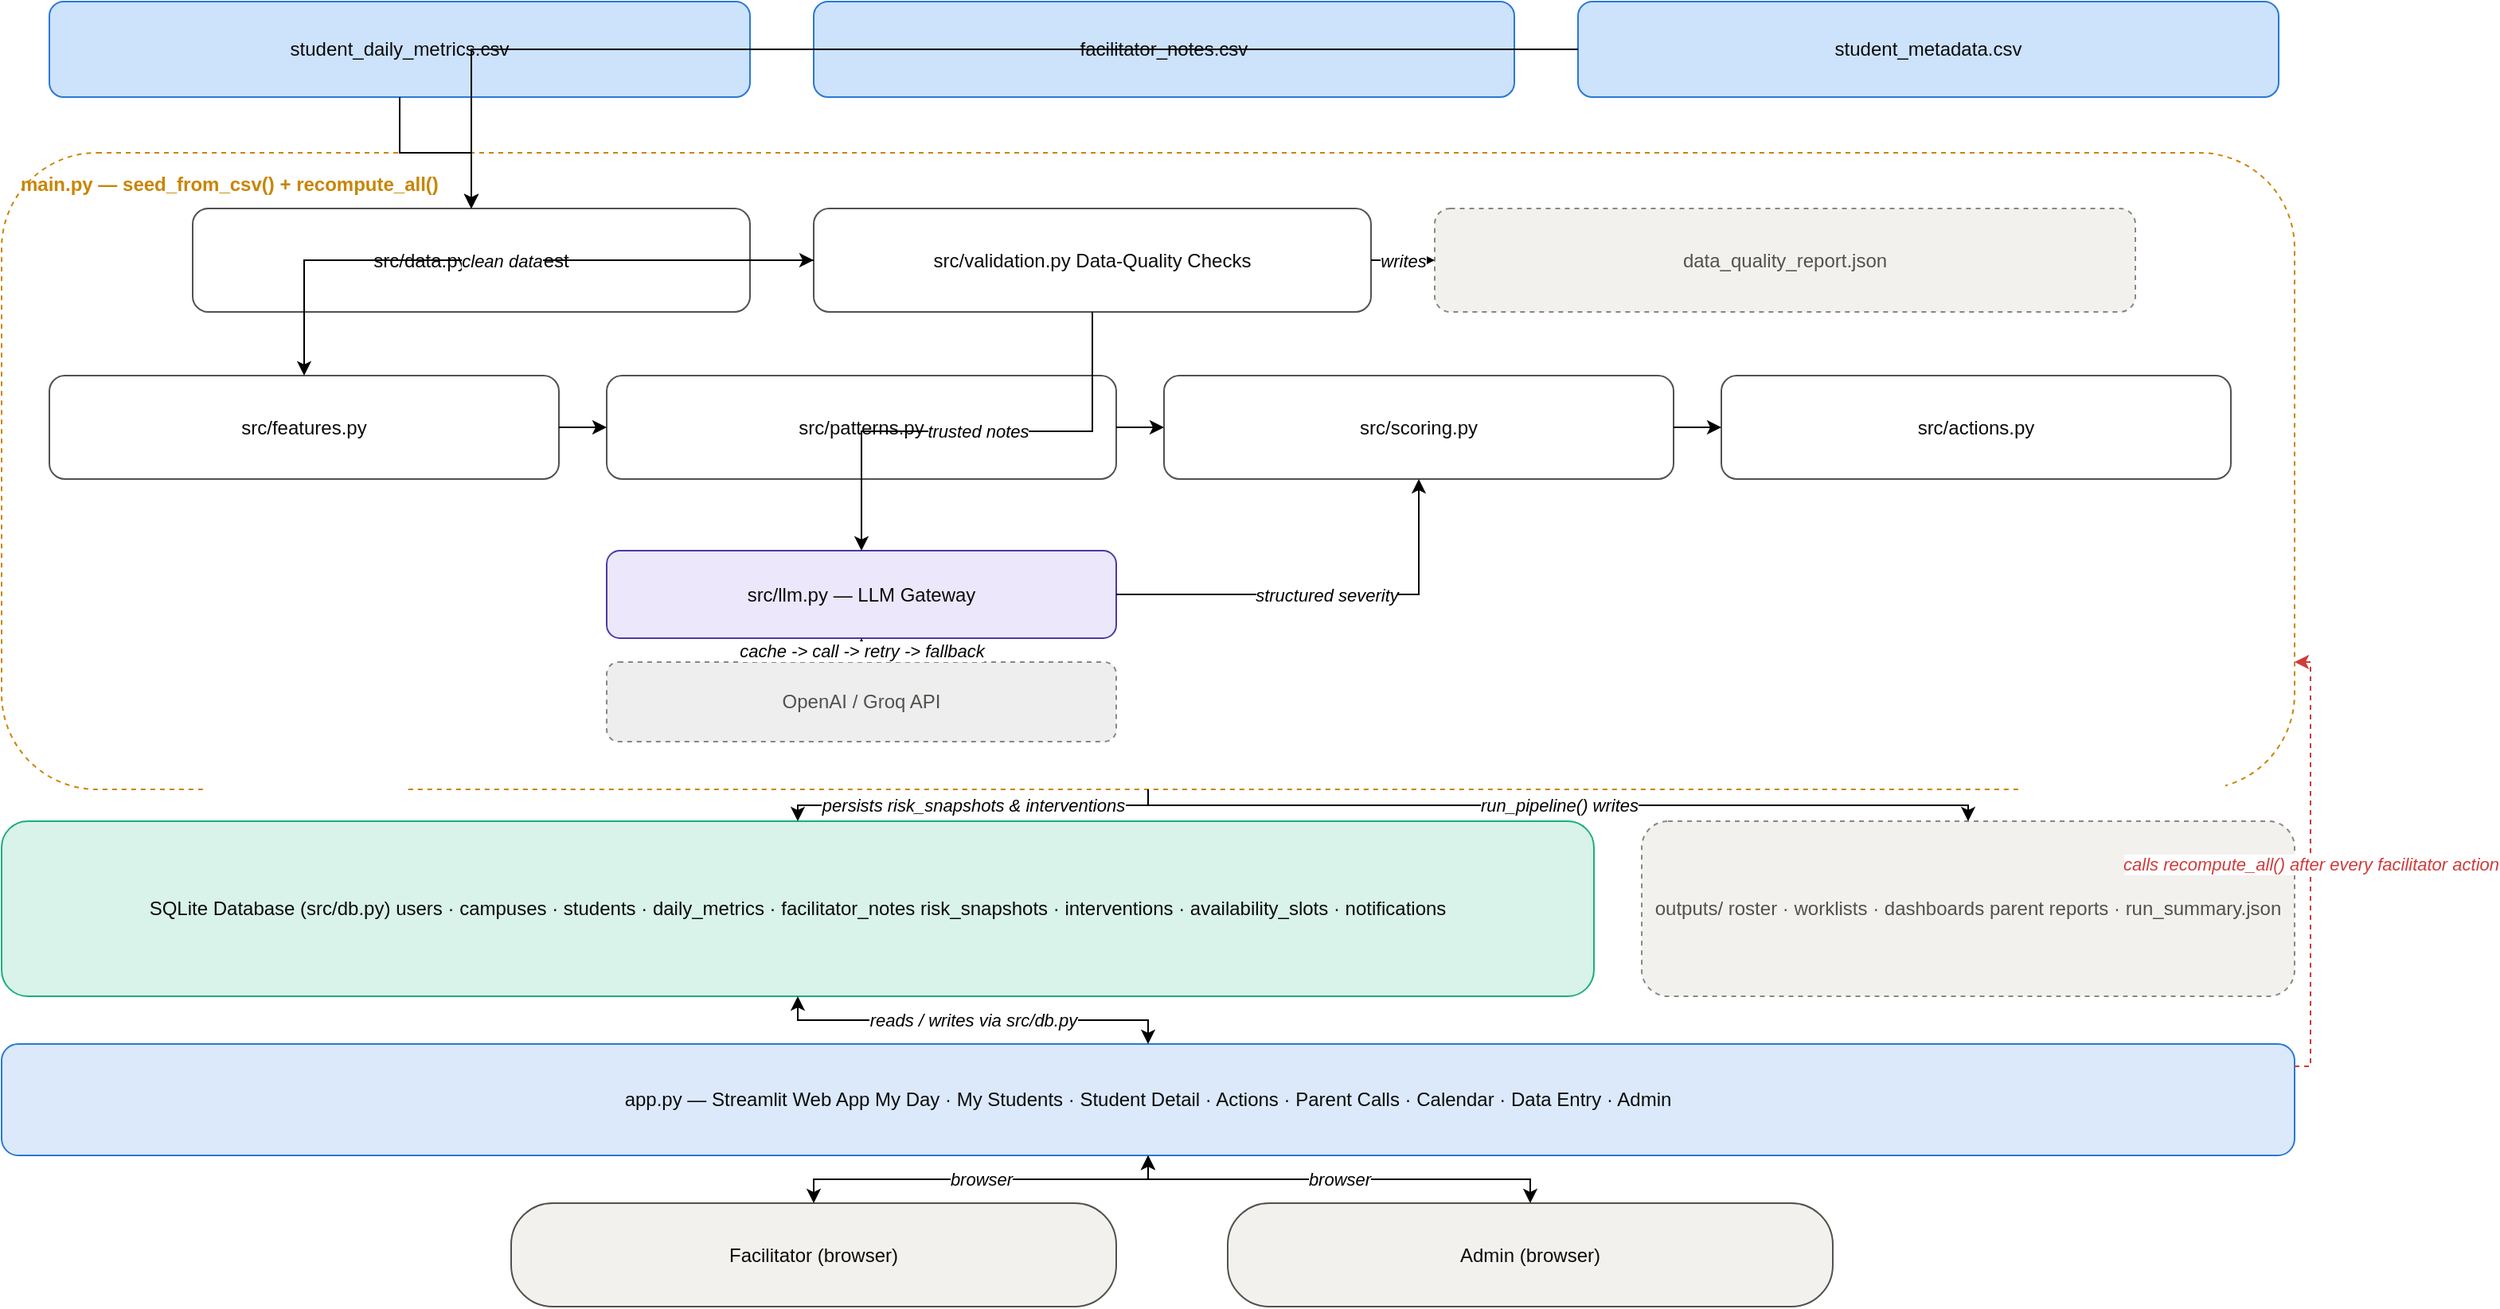
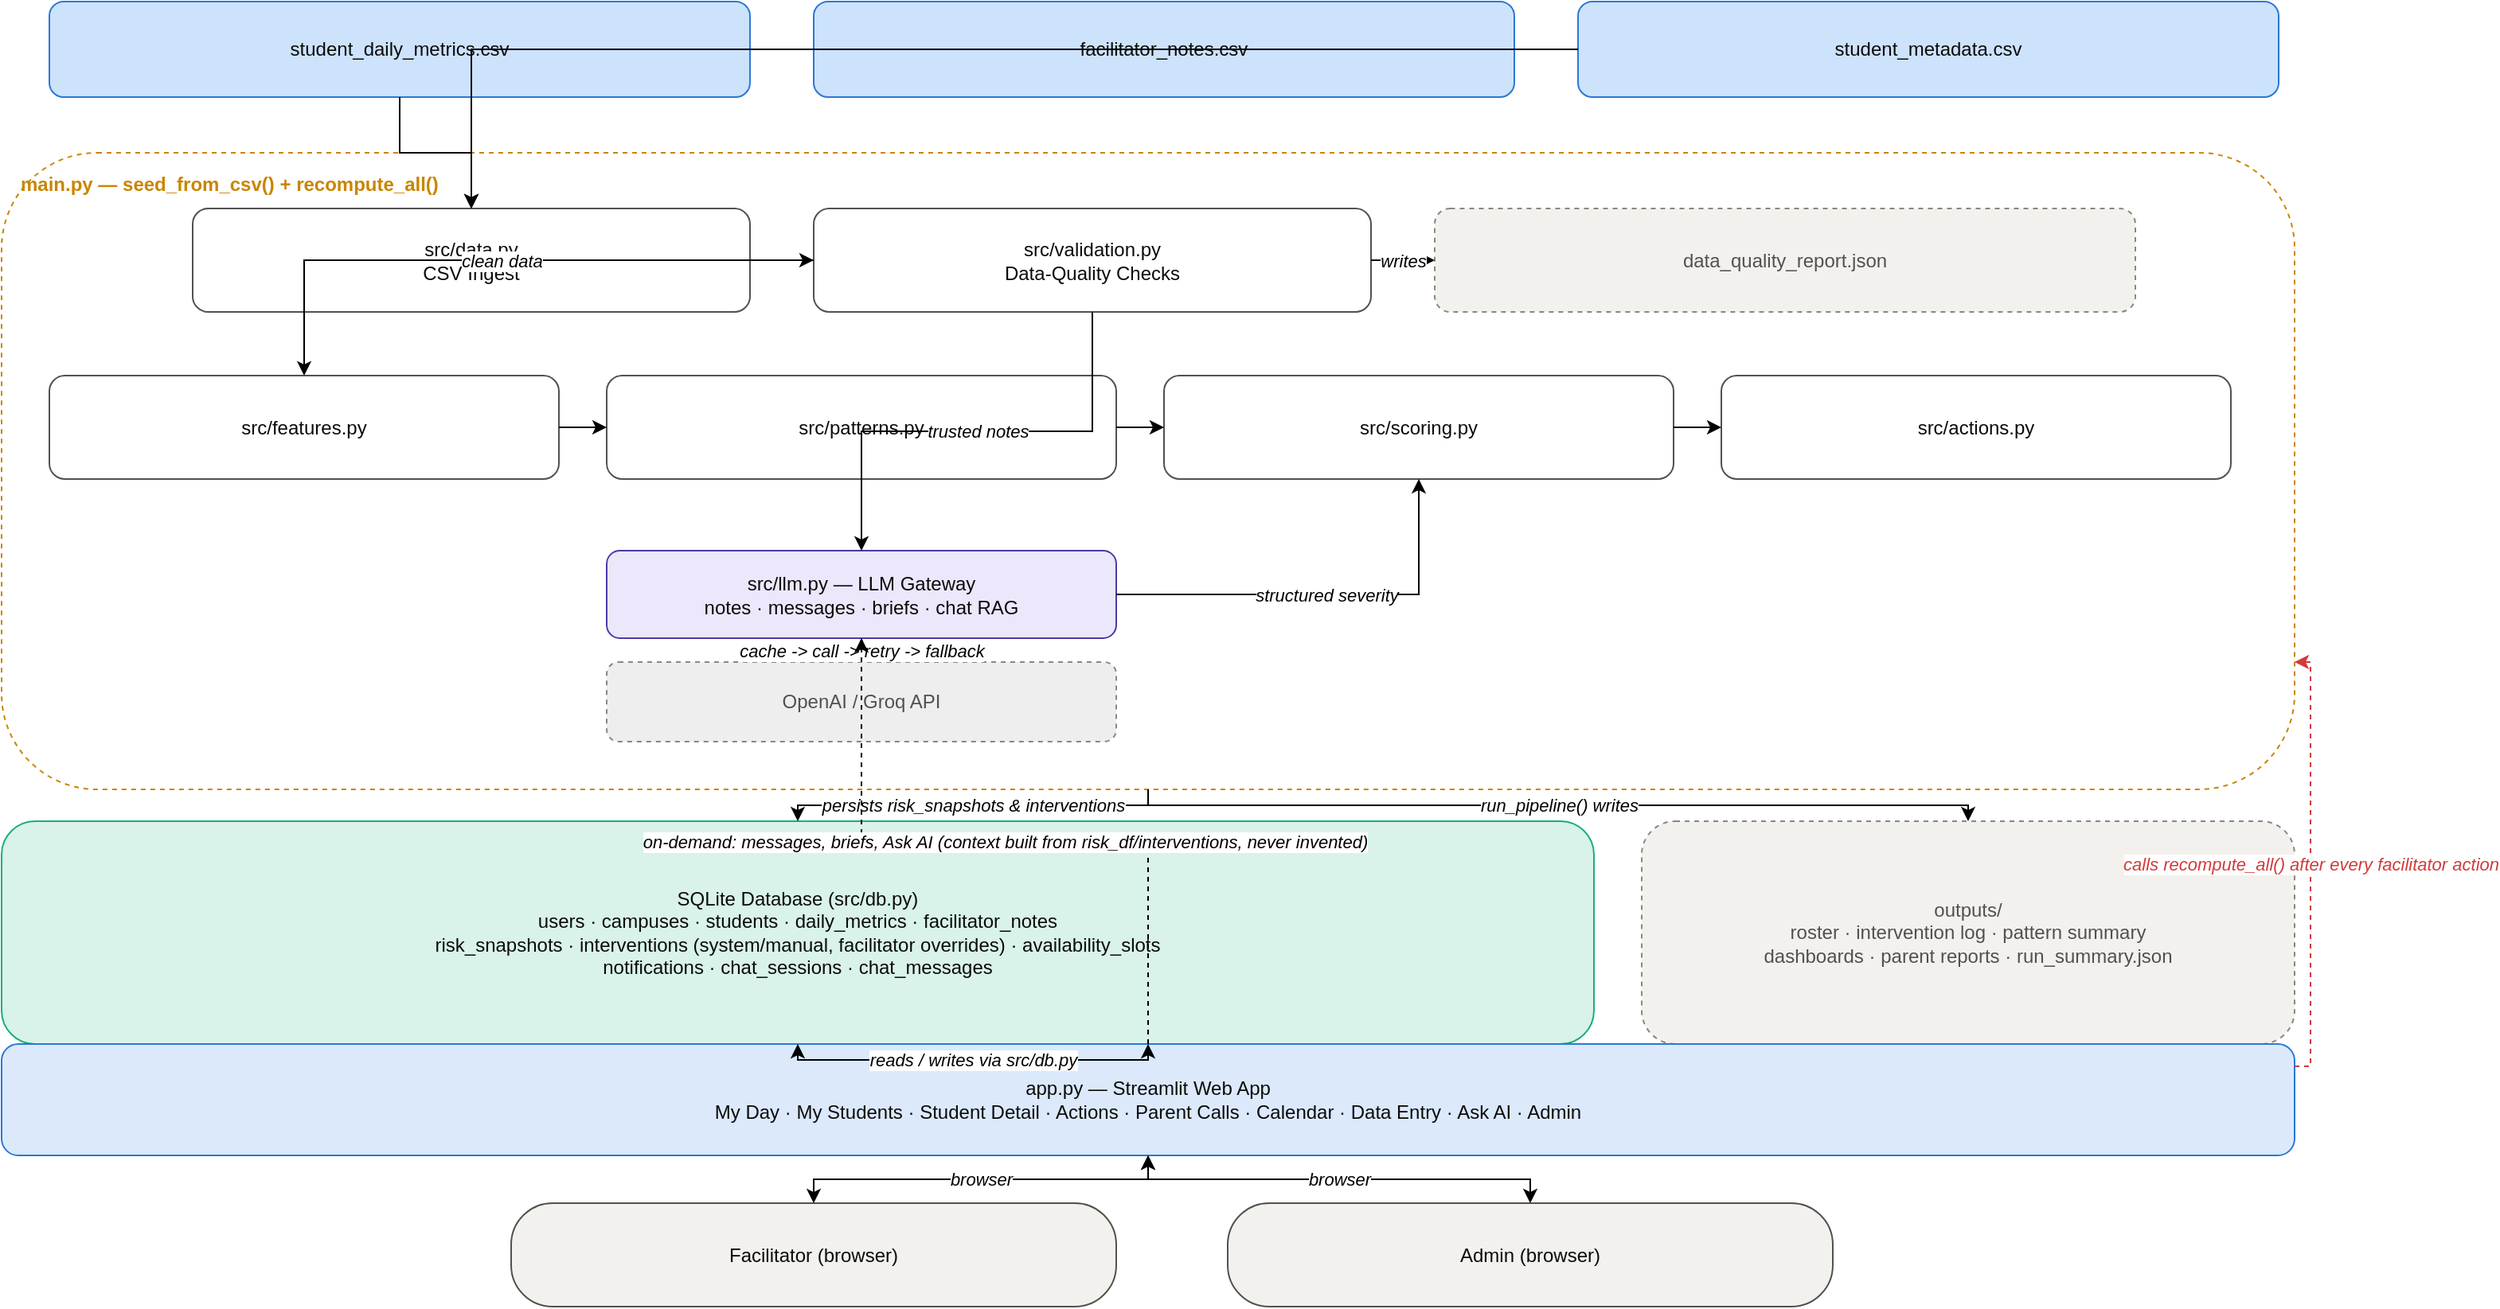
<mxfile host="app.diagrams.net" modified="2026-01-01T00:00:00.000Z" agent="boon-academy" version="24.0.0">
  <diagram name="Boon Academy Architecture" id="boon-arch-1">
    <mxGraphModel dx="1200" dy="800" grid="1" gridSize="10" guides="1" tooltips="1" connect="1" arrows="1" fold="1" page="1" pageScale="1" pageWidth="1520" pageHeight="960" math="0" shadow="0">
      <root>
<mxCell id="0" />
<mxCell id="1" parent="0" />
<mxCell id="2" value="student_daily_metrics.csv" style="rounded=1;whiteSpace=wrap;html=1;fillColor=#cde2fb;strokeColor=#2a78d6;fontColor=#0b0b0b;" vertex="1" parent="1"><mxGeometry x="60" y="70" width="440" height="60" as="geometry" /></mxCell>
<mxCell id="3" value="facilitator_notes.csv" style="rounded=1;whiteSpace=wrap;html=1;fillColor=#cde2fb;strokeColor=#2a78d6;fontColor=#0b0b0b;" vertex="1" parent="1"><mxGeometry x="540" y="70" width="440" height="60" as="geometry" /></mxCell>
<mxCell id="4" value="student_metadata.csv" style="rounded=1;whiteSpace=wrap;html=1;fillColor=#cde2fb;strokeColor=#2a78d6;fontColor=#0b0b0b;" vertex="1" parent="1"><mxGeometry x="1020" y="70" width="440" height="60" as="geometry" /></mxCell>
<mxCell id="5" value="main.py — seed_from_csv() + recompute_all()" style="rounded=1;whiteSpace=wrap;html=1;fillColor=#ffffff;strokeColor=#c98500;fontColor=#c98500;dashed=1;verticalAlign=top;align=left;spacingLeft=10;spacingTop=6;fontStyle=1;" vertex="1" parent="1"><mxGeometry x="30" y="165" width="1440" height="400" as="geometry" /></mxCell>
- <mxCell id="6" value="src/data.py
- CSV Ingest" style="rounded=1;whiteSpace=wrap;html=1;fillColor=#ffffff;strokeColor=#52514e;fontColor=#0b0b0b;" vertex="1" parent="1"><mxGeometry x="150" y="200" width="350" height="65" as="geometry" /></mxCell>
- <mxCell id="7" value="src/validation.py
- Data-Quality Checks" style="rounded=1;whiteSpace=wrap;html=1;fillColor=#ffffff;strokeColor=#52514e;fontColor=#0b0b0b;" vertex="1" parent="1"><mxGeometry x="540" y="200" width="350" height="65" as="geometry" /></mxCell>
+ <mxCell id="6" value="src/data.py&#10;CSV Ingest" style="rounded=1;whiteSpace=wrap;html=1;fillColor=#ffffff;strokeColor=#52514e;fontColor=#0b0b0b;" vertex="1" parent="1"><mxGeometry x="150" y="200" width="350" height="65" as="geometry" /></mxCell>
+ <mxCell id="7" value="src/validation.py&#10;Data-Quality Checks" style="rounded=1;whiteSpace=wrap;html=1;fillColor=#ffffff;strokeColor=#52514e;fontColor=#0b0b0b;" vertex="1" parent="1"><mxGeometry x="540" y="200" width="350" height="65" as="geometry" /></mxCell>
<mxCell id="8" value="data_quality_report.json" style="rounded=1;whiteSpace=wrap;html=1;fillColor=#f2f1ee;strokeColor=#898781;fontColor=#52514e;dashed=1;" vertex="1" parent="1"><mxGeometry x="930" y="200" width="440" height="65" as="geometry" /></mxCell>
<mxCell id="9" value="src/features.py" style="rounded=1;whiteSpace=wrap;html=1;fillColor=#ffffff;strokeColor=#52514e;fontColor=#0b0b0b;" vertex="1" parent="1"><mxGeometry x="60" y="305" width="320" height="65" as="geometry" /></mxCell>
<mxCell id="10" value="src/patterns.py" style="rounded=1;whiteSpace=wrap;html=1;fillColor=#ffffff;strokeColor=#52514e;fontColor=#0b0b0b;" vertex="1" parent="1"><mxGeometry x="410" y="305" width="320" height="65" as="geometry" /></mxCell>
<mxCell id="11" value="src/scoring.py" style="rounded=1;whiteSpace=wrap;html=1;fillColor=#ffffff;strokeColor=#52514e;fontColor=#0b0b0b;" vertex="1" parent="1"><mxGeometry x="760" y="305" width="320" height="65" as="geometry" /></mxCell>
<mxCell id="12" value="src/actions.py" style="rounded=1;whiteSpace=wrap;html=1;fillColor=#ffffff;strokeColor=#52514e;fontColor=#0b0b0b;" vertex="1" parent="1"><mxGeometry x="1110" y="305" width="320" height="65" as="geometry" /></mxCell>
- <mxCell id="13" value="src/llm.py — LLM Gateway" style="rounded=1;whiteSpace=wrap;html=1;fillColor=#ece7fb;strokeColor=#4a3aa7;fontColor=#0b0b0b;" vertex="1" parent="1"><mxGeometry x="410" y="415" width="320" height="55" as="geometry" /></mxCell>
+ <mxCell id="13" value="src/llm.py — LLM Gateway&#10;notes · messages · briefs · chat RAG" style="rounded=1;whiteSpace=wrap;html=1;fillColor=#ece7fb;strokeColor=#4a3aa7;fontColor=#0b0b0b;" vertex="1" parent="1"><mxGeometry x="410" y="415" width="320" height="55" as="geometry" /></mxCell>
<mxCell id="14" value="OpenAI / Groq API" style="rounded=1;whiteSpace=wrap;html=1;fillColor=#eeeeee;strokeColor=#898781;fontColor=#52514e;dashed=1;" vertex="1" parent="1"><mxGeometry x="410" y="485" width="320" height="50" as="geometry" /></mxCell>
- <mxCell id="15" value="SQLite Database  (src/db.py)
- users · campuses · students · daily_metrics · facilitator_notes
- risk_snapshots · interventions · availability_slots · notifications" style="rounded=1;whiteSpace=wrap;html=1;fillColor=#d9f2ea;strokeColor=#1baf7a;fontColor=#0b0b0b;" vertex="1" parent="1"><mxGeometry x="30" y="585" width="1000" height="110" as="geometry" /></mxCell>
- <mxCell id="16" value="outputs/
- roster · worklists · dashboards
- parent reports · run_summary.json" style="rounded=1;whiteSpace=wrap;html=1;fillColor=#f2f1ee;strokeColor=#898781;fontColor=#52514e;dashed=1;" vertex="1" parent="1"><mxGeometry x="1060" y="585" width="410" height="110" as="geometry" /></mxCell>
- <mxCell id="17" value="app.py — Streamlit Web App
- My Day · My Students · Student Detail · Actions · Parent Calls · Calendar · Data Entry · Admin" style="rounded=1;whiteSpace=wrap;html=1;fillColor=#dbe9fb;strokeColor=#2a78d6;fontColor=#0b0b0b;" vertex="1" parent="1"><mxGeometry x="30" y="725" width="1440" height="70" as="geometry" /></mxCell>
+ <mxCell id="15" value="SQLite Database  (src/db.py)&#10;users · campuses · students · daily_metrics · facilitator_notes&#10;risk_snapshots · interventions (system/manual, facilitator overrides) · availability_slots&#10;notifications · chat_sessions · chat_messages" style="rounded=1;whiteSpace=wrap;html=1;fillColor=#d9f2ea;strokeColor=#1baf7a;fontColor=#0b0b0b;" vertex="1" parent="1"><mxGeometry x="30" y="585" width="1000" height="140" as="geometry" /></mxCell>
+ <mxCell id="16" value="outputs/&#10;roster · intervention log · pattern summary&#10;dashboards · parent reports · run_summary.json" style="rounded=1;whiteSpace=wrap;html=1;fillColor=#f2f1ee;strokeColor=#898781;fontColor=#52514e;dashed=1;" vertex="1" parent="1"><mxGeometry x="1060" y="585" width="410" height="140" as="geometry" /></mxCell>
+ <mxCell id="17" value="app.py — Streamlit Web App&#10;My Day · My Students · Student Detail · Actions · Parent Calls · Calendar · Data Entry · Ask AI · Admin" style="rounded=1;whiteSpace=wrap;html=1;fillColor=#dbe9fb;strokeColor=#2a78d6;fontColor=#0b0b0b;" vertex="1" parent="1"><mxGeometry x="30" y="725" width="1440" height="70" as="geometry" /></mxCell>
<mxCell id="18" value="Facilitator (browser)" style="rounded=1;arcSize=40;whiteSpace=wrap;html=1;fillColor=#f2f1ee;strokeColor=#52514e;fontColor=#0b0b0b;" vertex="1" parent="1"><mxGeometry x="350" y="825" width="380" height="65" as="geometry" /></mxCell>
<mxCell id="19" value="Admin (browser)" style="rounded=1;arcSize=40;whiteSpace=wrap;html=1;fillColor=#f2f1ee;strokeColor=#52514e;fontColor=#0b0b0b;" vertex="1" parent="1"><mxGeometry x="800" y="825" width="380" height="65" as="geometry" /></mxCell>
<mxCell id="20" value="" style="edgeStyle=orthogonalEdgeStyle;rounded=0;html=1;endArrow=classic;startArrow=none;fontStyle=2;" edge="1" parent="1" source="2" target="6"><mxGeometry relative="1" as="geometry" /></mxCell>
<mxCell id="21" value="" style="edgeStyle=orthogonalEdgeStyle;rounded=0;html=1;endArrow=classic;startArrow=none;fontStyle=2;" edge="1" parent="1" source="3" target="6"><mxGeometry relative="1" as="geometry" /></mxCell>
<mxCell id="22" value="" style="edgeStyle=orthogonalEdgeStyle;rounded=0;html=1;endArrow=classic;startArrow=none;fontStyle=2;" edge="1" parent="1" source="4" target="6"><mxGeometry relative="1" as="geometry" /></mxCell>
<mxCell id="23" value="" style="edgeStyle=orthogonalEdgeStyle;rounded=0;html=1;endArrow=classic;startArrow=none;fontStyle=2;" edge="1" parent="1" source="6" target="7"><mxGeometry relative="1" as="geometry" /></mxCell>
<mxCell id="24" value="writes" style="edgeStyle=orthogonalEdgeStyle;rounded=0;html=1;endArrow=classic;startArrow=none;fontStyle=2;" edge="1" parent="1" source="7" target="8"><mxGeometry relative="1" as="geometry" /></mxCell>
<mxCell id="25" value="clean data" style="edgeStyle=orthogonalEdgeStyle;rounded=0;html=1;endArrow=classic;startArrow=none;fontStyle=2;" edge="1" parent="1" source="7" target="9"><mxGeometry relative="1" as="geometry" /></mxCell>
<mxCell id="26" value="" style="edgeStyle=orthogonalEdgeStyle;rounded=0;html=1;endArrow=classic;startArrow=none;fontStyle=2;" edge="1" parent="1" source="9" target="10"><mxGeometry relative="1" as="geometry" /></mxCell>
<mxCell id="27" value="" style="edgeStyle=orthogonalEdgeStyle;rounded=0;html=1;endArrow=classic;startArrow=none;fontStyle=2;" edge="1" parent="1" source="10" target="11"><mxGeometry relative="1" as="geometry" /></mxCell>
<mxCell id="28" value="" style="edgeStyle=orthogonalEdgeStyle;rounded=0;html=1;endArrow=classic;startArrow=none;fontStyle=2;" edge="1" parent="1" source="11" target="12"><mxGeometry relative="1" as="geometry" /></mxCell>
<mxCell id="29" value="trusted notes" style="edgeStyle=orthogonalEdgeStyle;rounded=0;html=1;endArrow=classic;startArrow=none;fontStyle=2;" edge="1" parent="1" source="7" target="13"><mxGeometry relative="1" as="geometry" /></mxCell>
<mxCell id="30" value="structured severity" style="edgeStyle=orthogonalEdgeStyle;rounded=0;html=1;endArrow=classic;startArrow=none;fontStyle=2;" edge="1" parent="1" source="13" target="11"><mxGeometry relative="1" as="geometry" /></mxCell>
<mxCell id="31" value="cache -&gt; call -&gt; retry -&gt; fallback" style="edgeStyle=orthogonalEdgeStyle;rounded=0;html=1;endArrow=classic;startArrow=classic;fontStyle=2;" edge="1" parent="1" source="13" target="14"><mxGeometry relative="1" as="geometry" /></mxCell>
<mxCell id="32" value="persists risk_snapshots &amp; interventions" style="edgeStyle=orthogonalEdgeStyle;rounded=0;html=1;endArrow=classic;startArrow=none;fontStyle=2;" edge="1" parent="1" source="5" target="15"><mxGeometry relative="1" as="geometry" /></mxCell>
<mxCell id="33" value="run_pipeline() writes" style="edgeStyle=orthogonalEdgeStyle;rounded=0;html=1;endArrow=classic;startArrow=none;fontStyle=2;" edge="1" parent="1" source="5" target="16"><mxGeometry relative="1" as="geometry" /></mxCell>
<mxCell id="34" value="reads / writes via src/db.py" style="edgeStyle=orthogonalEdgeStyle;rounded=0;html=1;endArrow=classic;startArrow=classic;fontStyle=2;" edge="1" parent="1" source="15" target="17"><mxGeometry relative="1" as="geometry" /></mxCell>
<mxCell id="35" value="browser" style="edgeStyle=orthogonalEdgeStyle;rounded=0;html=1;endArrow=classic;startArrow=classic;fontStyle=2;" edge="1" parent="1" source="17" target="18"><mxGeometry relative="1" as="geometry" /></mxCell>
<mxCell id="36" value="browser" style="edgeStyle=orthogonalEdgeStyle;rounded=0;html=1;endArrow=classic;startArrow=classic;fontStyle=2;" edge="1" parent="1" source="17" target="19"><mxGeometry relative="1" as="geometry" /></mxCell>
<mxCell id="37" value="calls recompute_all() after every facilitator action" style="edgeStyle=orthogonalEdgeStyle;rounded=0;html=1;endArrow=classic;strokeColor=#d03b3b;fontColor=#d03b3b;dashed=1;fontStyle=2;exitX=1;exitY=0.2;entryX=1;entryY=0.8;" edge="1" parent="1" source="17" target="5"><mxGeometry relative="1" as="geometry" /></mxCell>
+ <mxCell id="38" value="on-demand: messages, briefs, Ask AI (context built from risk_df/interventions, never invented)" style="edgeStyle=orthogonalEdgeStyle;rounded=0;html=1;endArrow=classic;startArrow=none;fontStyle=2;dashed=1;" edge="1" parent="1" source="17" target="13"><mxGeometry relative="1" as="geometry" /></mxCell>
      </root>
    </mxGraphModel>
  </diagram>
</mxfile>